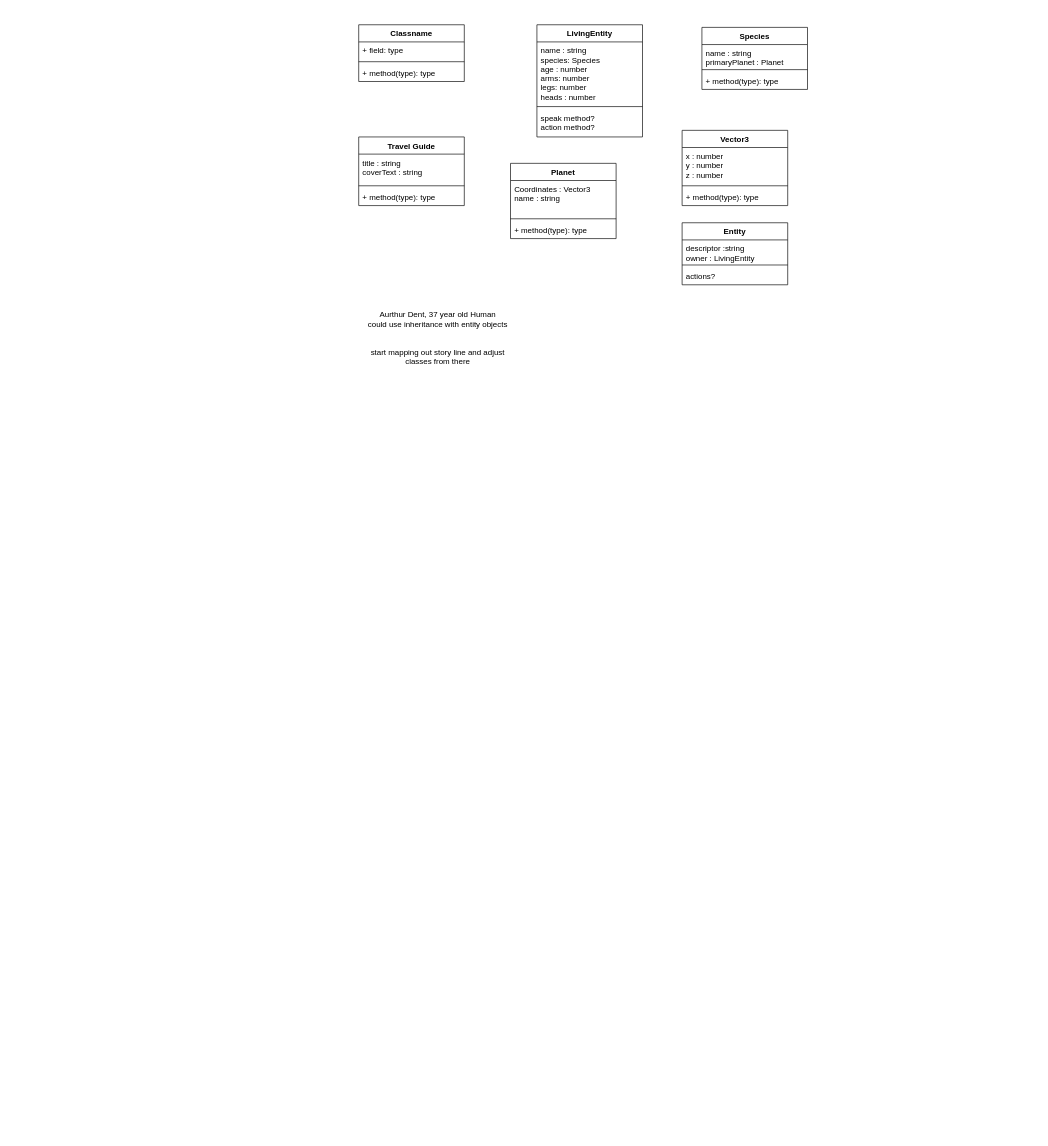
Before: page "Hitchhikers Guide" (4 of 4) of CSCS1240Notes.drawio in patrick965/CSCS1240S21, a draw.io diagram. Source tidied: cells renumbered, new cells numbered last; positions are measured from the earlier drawing's top-left corner, leaving out a move shared by most shapes. Both pictures are drawn from the tidied source at 66%, with x=0, y=0 at pixel (358, 24).
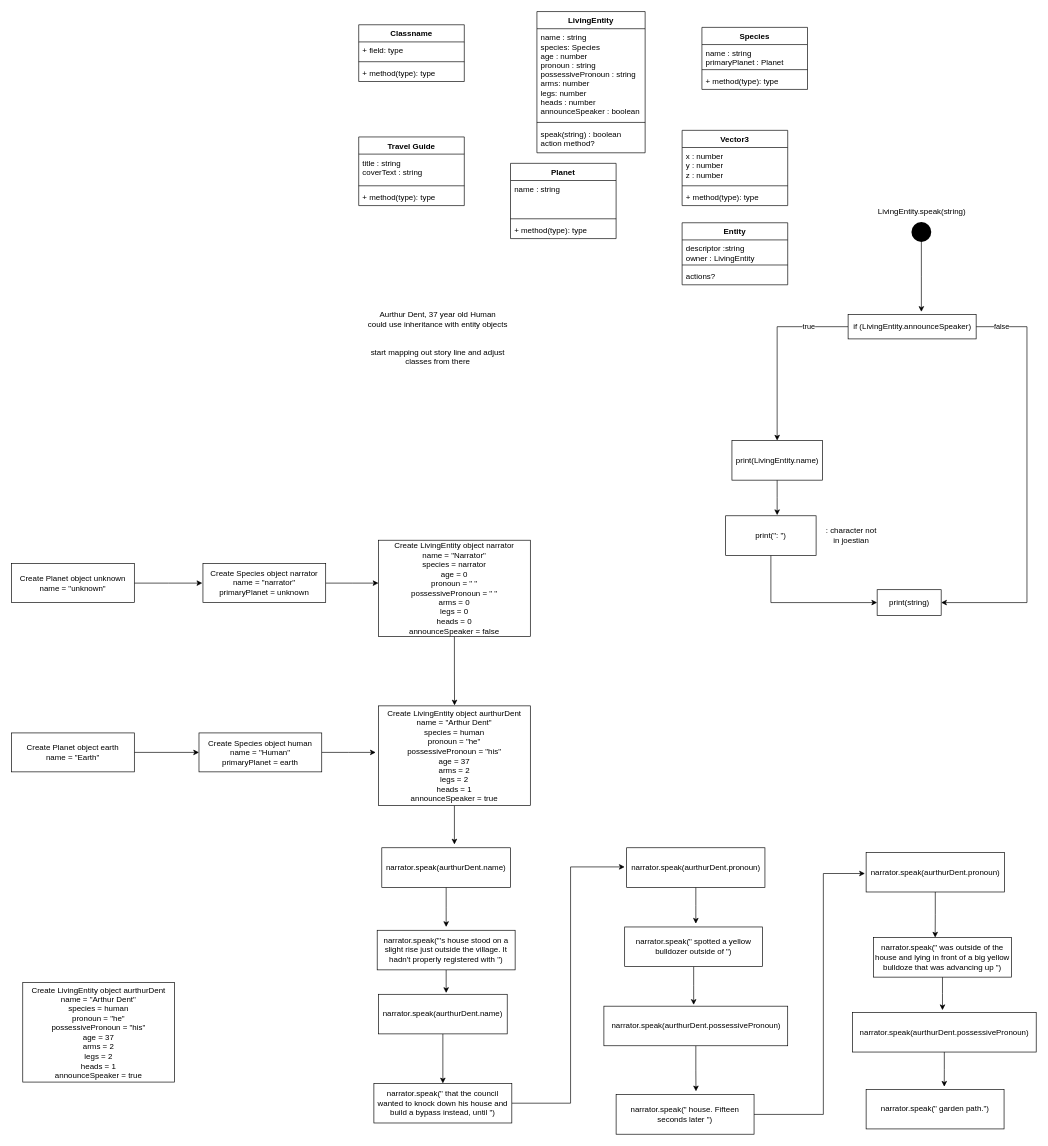
Above is the later version.

Commit message:
Updated Hitchhikers Guide

The change refers to these unchanged cells:
```xml
<mxCell id="14" value="Planet" style="swimlane;fontStyle=1;align=center;verticalAlign=top;horizontal=1;startSize=26;" parent="1" vertex="1">
  <mxGeometry x="230" y="210" width="160" height="114" as="geometry" />
</mxCell>
```

Diff of the diagram source:
```diff
@@
     <mxCell id="2" value="LivingEntity" style="swimlane;fontStyle=1;align=center;verticalAlign=top;horizontal=1;startSize=26;" parent="1" vertex="1">
-      <mxGeometry x="270" width="160" height="170" as="geometry" />
+      <mxGeometry x="270" y="-20" width="164" height="214" as="geometry" />
     </mxCell>
-    <mxCell id="3" value="name : string&#10;species: Species&#10;age : number&#10;arms: number&#10;legs: number&#10;heads : number&#10;&#10;" style="text;strokeColor=none;fillColor=none;align=left;verticalAlign=top;spacingLeft=4;spacingRight=4;overflow=hidden;" parent="2" vertex="1">
-      <mxGeometry y="26" width="160" height="94" as="geometry" />
+    <mxCell id="3" value="name : string&#10;species: Species&#10;age : number&#10;pronoun : string&#10;possessivePronoun : string&#10;arms: number&#10;legs: number&#10;heads : number&#10;announceSpeaker : boolean&#10;&#10;" style="text;strokeColor=none;fillColor=none;align=left;verticalAlign=top;spacingLeft=4;spacingRight=4;overflow=hidden;" parent="2" vertex="1">
+      <mxGeometry y="26" width="164" height="138" as="geometry" />
     </mxCell>
     <mxCell id="4" style="line;strokeWidth=1;fillColor=none;align=left;verticalAlign=middle;spacingTop=-1;spacingLeft=3;spacingRight=3;labelPosition=right;" parent="2" vertex="1">
-      <mxGeometry y="120" width="160" height="8" as="geometry" />
+      <mxGeometry y="164" width="164" height="8" as="geometry" />
     </mxCell>
-    <mxCell id="5" value="speak method?&#10;action method?&#10;" style="text;strokeColor=none;fillColor=none;align=left;verticalAlign=top;spacingLeft=4;spacingRight=4;overflow=hidden;" parent="2" vertex="1">
-      <mxGeometry y="128" width="160" height="42" as="geometry" />
+    <mxCell id="5" value="speak(string) : boolean &#10;action method?" style="text;strokeColor=none;fillColor=none;align=left;verticalAlign=top;spacingLeft=4;spacingRight=4;overflow=hidden;" parent="2" vertex="1">
+      <mxGeometry y="172" width="164" height="42" as="geometry" />
     </mxCell>
@@
-    <mxCell id="15" value="Coordinates : Vector3&#10;name : string&#10;" style="text;strokeColor=none;fillColor=none;align=left;verticalAlign=top;spacingLeft=4;spacingRight=4;overflow=hidden;" parent="14" vertex="1">
+    <mxCell id="15" value="name : string&#10;" style="text;strokeColor=none;fillColor=none;align=left;verticalAlign=top;spacingLeft=4;spacingRight=4;overflow=hidden;" parent="14" vertex="1">
       <mxGeometry y="26" width="160" height="54" as="geometry" />
     </mxCell>
@@
+    <mxCell id="31" style="edgeStyle=orthogonalEdgeStyle;rounded=0;jettySize=auto;html=1;" parent="1" edge="1" source="32">
+      <mxGeometry relative="1" as="geometry">
+        <mxPoint x="145" y="1242" as="targetPoint" />
+      </mxGeometry>
+    </mxCell>
+    <mxCell id="32" value="&lt;div&gt;Create LivingEntity object aurthurDent&lt;br&gt;&lt;/div&gt;&lt;div&gt;name = &quot;Arthur Dent&quot;&lt;/div&gt;&lt;div&gt;species = human&lt;/div&gt;&lt;div&gt;pronoun = &quot;he&quot;&lt;/div&gt;&lt;div&gt;possessivePronoun = &quot;his&quot;&lt;br&gt;&lt;/div&gt;&lt;div&gt;age = 37&lt;/div&gt;&lt;div&gt;arms = 2&lt;/div&gt;&lt;div&gt;legs = 2&lt;/div&gt;&lt;div&gt;heads = 1&lt;/div&gt;&lt;div&gt;announceSpeaker = true&lt;br&gt;&lt;/div&gt;" style="rounded=0;whiteSpace=wrap;html=1;" parent="1" vertex="1">
+      <mxGeometry x="30" y="1032" width="230" height="151" as="geometry" />
+    </mxCell>
+    <mxCell id="33" style="edgeStyle=orthogonalEdgeStyle;rounded=0;jettySize=auto;html=1;exitX=0.5;exitY=1;exitDx=0;exitDy=0;" parent="1" edge="1" source="34">
+      <mxGeometry relative="1" as="geometry">
+        <mxPoint x="145.2" y="1031.3" as="targetPoint" />
+      </mxGeometry>
+    </mxCell>
+    <mxCell id="34" value="&lt;div&gt;Create LivingEntity object narrator&lt;/div&gt;&lt;div&gt;name = &quot;Narrator&quot;&lt;/div&gt;&lt;div&gt;species = narrator&lt;/div&gt;&lt;div&gt;age = 0&lt;/div&gt;&lt;div&gt;pronoun = &quot; &quot;&lt;/div&gt;&lt;div&gt;possessivePronoun = &quot; &quot;&lt;br&gt;&lt;/div&gt;&lt;div&gt;arms = 0&lt;/div&gt;&lt;div&gt;legs = 0&lt;/div&gt;&lt;div&gt;heads = 0&lt;/div&gt;&lt;div&gt;announceSpeaker = false&lt;br&gt;&lt;/div&gt;" style="rounded=0;whiteSpace=wrap;html=1;" parent="1" vertex="1">
+      <mxGeometry x="30" y="781" width="230" height="146" as="geometry" />
+    </mxCell>
+    <mxCell id="35" style="edgeStyle=orthogonalEdgeStyle;rounded=0;jettySize=auto;html=1;" parent="1" edge="1" source="36">
+      <mxGeometry relative="1" as="geometry">
+        <mxPoint x="29.9" y="846" as="targetPoint" />
+      </mxGeometry>
+    </mxCell>
+    <mxCell id="36" value="&lt;div&gt;Create Species object narrator&lt;/div&gt;&lt;div&gt;name = &quot;narrator&quot;&lt;/div&gt;&lt;div&gt;primaryPlanet = unknown&lt;br&gt;&lt;/div&gt;" style="rounded=0;whiteSpace=wrap;html=1;" parent="1" vertex="1">
+      <mxGeometry x="-236" y="816.5" width="186" height="59" as="geometry" />
+    </mxCell>
+    <mxCell id="37" style="edgeStyle=orthogonalEdgeStyle;rounded=0;jettySize=auto;html=1;" parent="1" edge="1" source="38">
+      <mxGeometry relative="1" as="geometry">
+        <mxPoint x="-237" y="846" as="targetPoint" />
+      </mxGeometry>
+    </mxCell>
+    <mxCell id="38" value="&lt;div&gt;Create Planet object unknown&lt;/div&gt;&lt;div&gt;name = &quot;unknown&quot;&lt;br&gt;&lt;/div&gt; " style="rounded=0;whiteSpace=wrap;html=1;" parent="1" vertex="1">
+      <mxGeometry x="-526" y="816.5" width="186" height="59" as="geometry" />
+    </mxCell>
+    <mxCell id="39" style="edgeStyle=orthogonalEdgeStyle;rounded=0;jettySize=auto;html=1;" parent="1" edge="1" source="40">
+      <mxGeometry relative="1" as="geometry">
+        <mxPoint x="852.5" y="435" as="targetPoint" />
+      </mxGeometry>
+    </mxCell>
+    <mxCell id="40" style="ellipse;fillColor=#000000;strokeColor=none;sketch=0;" parent="1" vertex="1">
+      <mxGeometry x="837.5" y="299" width="30" height="30" as="geometry" />
+    </mxCell>
+    <mxCell id="41" value="LivingEntity.speak(string)" style="text;html=1;align=center;verticalAlign=middle;strokeColor=none;" parent="1" vertex="1">
+      <mxGeometry x="780" y="274" width="146" height="18" as="geometry" />
+    </mxCell>
+    <mxCell id="42" value="print(string)" style="rounded=0;whiteSpace=wrap;html=1;" parent="1" vertex="1">
+      <mxGeometry x="785.5" y="856" width="97" height="39" as="geometry" />
+    </mxCell>
+    <mxCell id="43" style="edgeStyle=orthogonalEdgeStyle;rounded=0;jettySize=auto;html=1;entryX=0;entryY=0.5;entryDx=0;entryDy=0;" parent="1" edge="1" source="44" target="46">
+      <mxGeometry relative="1" as="geometry" />
+    </mxCell>
+    <mxCell id="44" value="&lt;div&gt;Create Planet object earth&lt;/div&gt;&lt;div&gt;name = &quot;Earth&quot;&lt;br&gt;&lt;/div&gt;" style="rounded=0;whiteSpace=wrap;html=1;" parent="1" vertex="1">
+      <mxGeometry x="-526" y="1073" width="186" height="59" as="geometry" />
+    </mxCell>
+    <mxCell id="45" style="edgeStyle=orthogonalEdgeStyle;rounded=0;jettySize=auto;html=1;" parent="1" edge="1" source="46">
+      <mxGeometry relative="1" as="geometry">
+        <mxPoint x="25.8" y="1102.5" as="targetPoint" />
+      </mxGeometry>
+    </mxCell>
+    <mxCell id="46" value="&lt;div&gt;Create Species object human&lt;/div&gt;&lt;div&gt;name = &quot;Human&quot;&lt;/div&gt;&lt;div&gt;primaryPlanet = earth&lt;br&gt;&lt;/div&gt;" style="rounded=0;whiteSpace=wrap;html=1;" parent="1" vertex="1">
+      <mxGeometry x="-242" y="1073" width="186" height="59" as="geometry" />
+    </mxCell>
+    <mxCell id="47" style="edgeStyle=orthogonalEdgeStyle;rounded=0;jettySize=auto;html=1;" parent="1" edge="1" source="48">
+      <mxGeometry relative="1" as="geometry">
+        <mxPoint x="132.5" y="1367" as="targetPoint" />
+      </mxGeometry>
+    </mxCell>
+    <mxCell id="48" value="narrator.speak(aurthurDent.name)" style="rounded=0;whiteSpace=wrap;html=1;" parent="1" vertex="1">
+      <mxGeometry x="35" y="1247" width="195" height="60" as="geometry" />
+    </mxCell>
+    <mxCell id="49" style="edgeStyle=orthogonalEdgeStyle;rounded=0;jettySize=auto;html=1;" parent="1" edge="1" source="50">
+      <mxGeometry relative="1" as="geometry">
+        <mxPoint x="132.5" y="1467" as="targetPoint" />
+      </mxGeometry>
+    </mxCell>
+    <mxCell id="50" value="narrator.speak(&quot;'s house stood on a slight rise just outside the village. It hadn't properly registered with &quot;)" style="rounded=0;whiteSpace=wrap;html=1;" parent="1" vertex="1">
+      <mxGeometry x="28" y="1372" width="209" height="60" as="geometry" />
+    </mxCell>
+    <mxCell id="51" style="edgeStyle=orthogonalEdgeStyle;rounded=0;jettySize=auto;html=1;exitX=0.5;exitY=1;exitDx=0;exitDy=0;entryX=0.5;entryY=0;entryDx=0;entryDy=0;" parent="1" edge="1" source="52" target="54">
+      <mxGeometry relative="1" as="geometry" />
+    </mxCell>
+    <mxCell id="52" value="narrator.speak(aurthurDent.name)" style="rounded=0;whiteSpace=wrap;html=1;" parent="1" vertex="1">
+      <mxGeometry x="30" y="1469" width="195" height="60" as="geometry" />
+    </mxCell>
+    <mxCell id="53" style="edgeStyle=orthogonalEdgeStyle;rounded=0;jettySize=auto;html=1;" parent="1" edge="1" source="54">
+      <mxGeometry relative="1" as="geometry">
+        <mxPoint x="403" y="1276" as="targetPoint" />
+        <Array as="points">
+          <mxPoint x="321" y="1634" />
+        </Array>
+      </mxGeometry>
+    </mxCell>
+    <mxCell id="54" value="narrator.speak(&quot; that the council wanted to knock down his house and build a bypass instead, until &quot;)" style="rounded=0;whiteSpace=wrap;html=1;" parent="1" vertex="1">
+      <mxGeometry x="23" y="1604" width="209" height="60" as="geometry" />
+    </mxCell>
+    <mxCell id="55" style="edgeStyle=orthogonalEdgeStyle;rounded=0;jettySize=auto;html=1;" parent="1" edge="1" source="56">
+      <mxGeometry relative="1" as="geometry">
+        <mxPoint x="510.8" y="1362" as="targetPoint" />
+      </mxGeometry>
+    </mxCell>
+    <mxCell id="56" value="narrator.speak(aurthurDent.pronoun)" style="rounded=0;whiteSpace=wrap;html=1;" parent="1" vertex="1">
+      <mxGeometry x="406" y="1247" width="209.5" height="60" as="geometry" />
+    </mxCell>
+    <mxCell id="57" style="edgeStyle=orthogonalEdgeStyle;rounded=0;jettySize=auto;html=1;" parent="1" edge="1" source="58">
+      <mxGeometry relative="1" as="geometry">
+        <mxPoint x="507.5" y="1485" as="targetPoint" />
+      </mxGeometry>
+    </mxCell>
+    <mxCell id="58" value="narrator.speak(&quot; spotted a yellow bulldozer outside of &quot;)" style="rounded=0;whiteSpace=wrap;html=1;" parent="1" vertex="1">
+      <mxGeometry x="403" y="1367" width="209" height="60" as="geometry" />
+    </mxCell>
+    <mxCell id="59" style="edgeStyle=orthogonalEdgeStyle;rounded=0;jettySize=auto;html=1;entryX=0.579;entryY=-0.083;entryDx=0;entryDy=0;entryPerimeter=0;" parent="1" edge="1" source="60" target="62">
+      <mxGeometry relative="1" as="geometry" />
+    </mxCell>
+    <mxCell id="60" value="narrator.speak(aurthurDent.possessivePronoun)" style="rounded=0;whiteSpace=wrap;html=1;" parent="1" vertex="1">
+      <mxGeometry x="371.5" y="1487" width="278.5" height="60" as="geometry" />
+    </mxCell>
+    <mxCell id="61" style="edgeStyle=orthogonalEdgeStyle;rounded=0;jettySize=auto;html=1;" parent="1" edge="1" source="62">
+      <mxGeometry relative="1" as="geometry">
+        <mxPoint x="767" y="1286" as="targetPoint" />
+        <Array as="points">
+          <mxPoint x="704" y="1651" />
+        </Array>
+      </mxGeometry>
+    </mxCell>
+    <mxCell id="62" value="narrator.speak(&quot; house. Fifteen seconds later &quot;)" style="rounded=0;whiteSpace=wrap;html=1;" parent="1" vertex="1">
+      <mxGeometry x="390" y="1621" width="209" height="60" as="geometry" />
+    </mxCell>
+    <mxCell id="63" style="edgeStyle=orthogonalEdgeStyle;rounded=0;jettySize=auto;html=1;entryX=0.447;entryY=0;entryDx=0;entryDy=0;entryPerimeter=0;" parent="1" edge="1" source="64" target="66">
+      <mxGeometry relative="1" as="geometry" />
+    </mxCell>
+    <mxCell id="64" value="narrator.speak(aurthurDent.pronoun)" style="rounded=0;whiteSpace=wrap;html=1;" parent="1" vertex="1">
+      <mxGeometry x="768.8" y="1254" width="209.5" height="60" as="geometry" />
+    </mxCell>
+    <mxCell id="65" style="edgeStyle=orthogonalEdgeStyle;rounded=0;jettySize=auto;html=1;" parent="1" edge="1" source="66">
+      <mxGeometry relative="1" as="geometry">
+        <mxPoint x="884.5" y="1493" as="targetPoint" />
+      </mxGeometry>
+    </mxCell>
+    <mxCell id="66" value="narrator.speak(&quot; was outside of the house and lying in front of a big yellow bulldoze that was advancing up &quot;)" style="rounded=0;whiteSpace=wrap;html=1;" parent="1" vertex="1">
+      <mxGeometry x="780" y="1383" width="209" height="60" as="geometry" />
+    </mxCell>
+    <mxCell id="67" style="edgeStyle=orthogonalEdgeStyle;rounded=0;jettySize=auto;html=1;" parent="1" edge="1" source="68">
+      <mxGeometry relative="1" as="geometry">
+        <mxPoint x="887.2" y="1609" as="targetPoint" />
+      </mxGeometry>
+    </mxCell>
+    <mxCell id="68" value="narrator.speak(aurthurDent.possessivePronoun)" style="rounded=0;whiteSpace=wrap;html=1;" parent="1" vertex="1">
+      <mxGeometry x="748" y="1496.5" width="278.5" height="60" as="geometry" />
+    </mxCell>
+    <mxCell id="69" value="narrator.speak(&quot; garden path.&quot;)" style="rounded=0;whiteSpace=wrap;html=1;" parent="1" vertex="1">
+      <mxGeometry x="768.8" y="1613" width="209" height="60" as="geometry" />
+    </mxCell>
+    <mxCell id="70" style="edgeStyle=orthogonalEdgeStyle;rounded=0;jettySize=auto;html=1;entryX=0.5;entryY=0;entryDx=0;entryDy=0;" parent="1" edge="1" source="74" target="76">
+      <mxGeometry relative="1" as="geometry" />
+    </mxCell>
+    <mxCell id="71" value="true" style="edgeLabel;html=1;align=center;verticalAlign=middle;" parent="70" vertex="1">
+      <mxGeometry x="-0.53" y="4" relative="1" as="geometry">
+        <mxPoint x="6" y="-4" as="offset" />
+      </mxGeometry>
+    </mxCell>
+    <mxCell id="72" style="edgeStyle=orthogonalEdgeStyle;rounded=0;jettySize=auto;html=1;exitX=1;exitY=0.5;exitDx=0;exitDy=0;entryX=1;entryY=0.5;entryDx=0;entryDy=0;" parent="1" edge="1" source="74" target="42">
+      <mxGeometry relative="1" as="geometry">
+        <Array as="points">
+          <mxPoint x="1012.5" y="458" />
+          <mxPoint x="1012.5" y="876" />
+        </Array>
+      </mxGeometry>
+    </mxCell>
+    <mxCell id="73" value="&lt;div&gt;false&lt;/div&gt;" style="edgeLabel;html=1;align=center;verticalAlign=middle;" parent="72" vertex="1">
+      <mxGeometry x="-0.81" y="-2" relative="1" as="geometry">
+        <mxPoint x="-21" y="-2" as="offset" />
+      </mxGeometry>
+    </mxCell>
+    <mxCell id="74" value="if (LivingEntity.announceSpeaker)" style="rounded=0;whiteSpace=wrap;html=1;" parent="1" vertex="1">
+      <mxGeometry x="741.5" y="439" width="194" height="37" as="geometry" />
+    </mxCell>
+    <mxCell id="75" style="edgeStyle=orthogonalEdgeStyle;rounded=0;jettySize=auto;html=1;" parent="1" edge="1" source="76">
+      <mxGeometry relative="1" as="geometry">
+        <mxPoint x="634" y="743" as="targetPoint" />
+      </mxGeometry>
+    </mxCell>
+    <mxCell id="76" value="print(LivingEntity.name)" style="rounded=0;whiteSpace=wrap;html=1;" parent="1" vertex="1">
+      <mxGeometry x="565.5" y="630" width="137" height="60" as="geometry" />
+    </mxCell>
+    <mxCell id="77" style="edgeStyle=orthogonalEdgeStyle;rounded=0;jettySize=auto;html=1;entryX=0;entryY=0.5;entryDx=0;entryDy=0;" parent="1" edge="1" source="78" target="42">
+      <mxGeometry relative="1" as="geometry">
+        <Array as="points">
+          <mxPoint x="624.5" y="876" />
+        </Array>
+      </mxGeometry>
+    </mxCell>
+    <mxCell id="78" value="print(&quot;: &quot;)" style="rounded=0;whiteSpace=wrap;html=1;" parent="1" vertex="1">
+      <mxGeometry x="556" y="744" width="137" height="60" as="geometry" />
+    </mxCell>
+    <mxCell id="79" value=": character not in joestian " style="text;html=1;strokeColor=none;fillColor=none;align=center;verticalAlign=middle;whiteSpace=wrap;rounded=0;" parent="1" vertex="1">
+      <mxGeometry x="704" y="764" width="85" height="20" as="geometry" />
+    </mxCell>
+    <mxCell id="80" value="&lt;div&gt;Create LivingEntity object aurthurDent&lt;br&gt;&lt;/div&gt;&lt;div&gt;name = &quot;Arthur Dent&quot;&lt;/div&gt;&lt;div&gt;species = human&lt;/div&gt;&lt;div&gt;pronoun = &quot;he&quot;&lt;/div&gt;&lt;div&gt;possessivePronoun = &quot;his&quot;&lt;br&gt;&lt;/div&gt;&lt;div&gt;age = 37&lt;/div&gt;&lt;div&gt;arms = 2&lt;/div&gt;&lt;div&gt;legs = 2&lt;/div&gt;&lt;div&gt;heads = 1&lt;/div&gt;&lt;div&gt;announceSpeaker = true&lt;br&gt;&lt;/div&gt;" style="rounded=0;whiteSpace=wrap;html=1;" parent="1" vertex="1">
+      <mxGeometry x="-509" y="1451" width="230" height="151" as="geometry" />
+    </mxCell>
```
